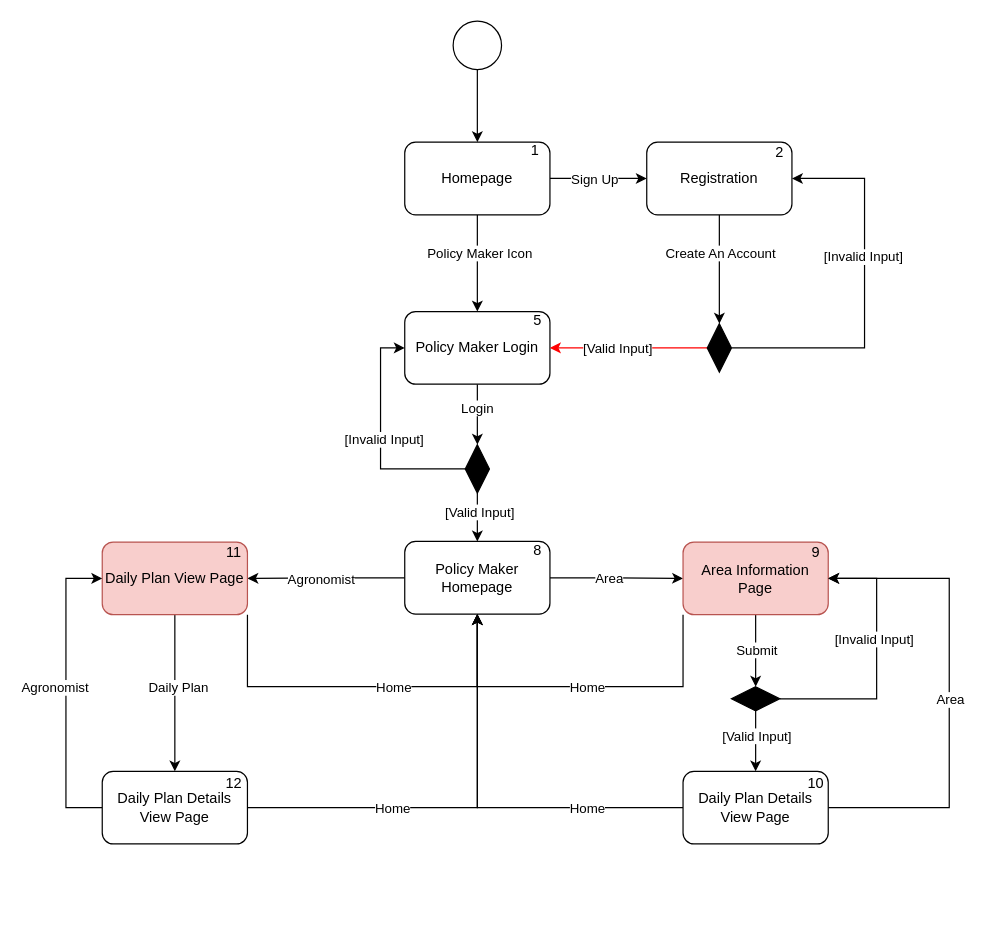
This is page "Policy Maker" (3 of 3) of DD/diagrams/webapp flow diagrams.drawio from ictar/DREAM-SE2-Project-2022, a draw.io file, before an edit. Source tidied: cells renumbered, new cells numbered last; positions are measured from the earlier drawing's top-left corner, leaving out a move shared by most shapes. Both pictures are drawn from the tidied source at 121%, with x=0, y=0 at pixel (53, 21).
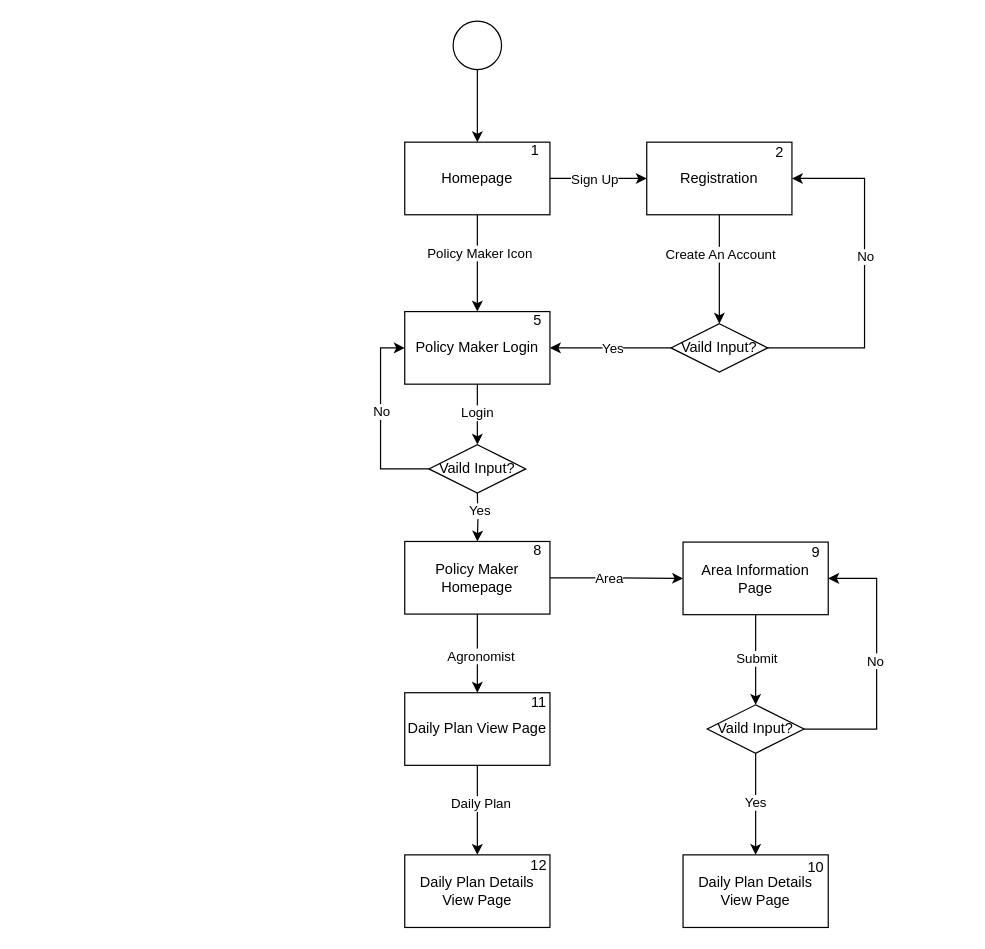
Above is the later version.

Change to the diagram source:
```diff
@@
-    <mxCell id="2" style="edgeStyle=orthogonalEdgeStyle;rounded=0;jettySize=auto;html=1;" parent="1" edge="1" source="4" target="19">
-      <mxGeometry relative="1" as="geometry" />
+    <mxCell id="2" style="edgeStyle=orthogonalEdgeStyle;rounded=0;jettySize=auto;html=1;" parent="1" edge="1" source="4">
+      <mxGeometry relative="1" as="geometry">
+        <mxPoint x="350" y="350" as="targetPoint" />
+      </mxGeometry>
     </mxCell>
     <mxCell id="3" value="Login" style="edgeLabel;html=1;align=center;verticalAlign=middle;" parent="2" vertex="1">
-      <mxGeometry x="-0.24" y="-1" relative="1" as="geometry" />
+      <mxGeometry x="-0.24" y="-1" relative="1" as="geometry">
+        <mxPoint y="4" as="offset" />
+      </mxGeometry>
     </mxCell>
-    <mxCell id="4" value="Policy Maker Login" style="rounded=1;whiteSpace=wrap;html=1;" parent="1" vertex="1">
+    <mxCell id="4" value="Policy Maker Login" style="rounded=0;whiteSpace=wrap;html=1;" parent="1" vertex="1">
       <mxGeometry x="290" y="240" width="120" height="60" as="geometry" />
     </mxCell>
@@
-    <mxCell id="11" value="Homepage" style="rounded=1;whiteSpace=wrap;html=1;" parent="1" vertex="1">
+    <mxCell id="11" value="Homepage" style="rounded=0;whiteSpace=wrap;html=1;" parent="1" vertex="1">
       <mxGeometry x="290" y="100" width="120" height="60" as="geometry" />
     </mxCell>
-    <mxCell id="12" style="edgeStyle=orthogonalEdgeStyle;rounded=0;jettySize=auto;html=1;" parent="1" edge="1" source="14" target="29">
-      <mxGeometry relative="1" as="geometry" />
+    <mxCell id="12" style="edgeStyle=orthogonalEdgeStyle;rounded=0;jettySize=auto;html=1;" parent="1" edge="1" source="14">
+      <mxGeometry relative="1" as="geometry">
+        <mxPoint x="550" y="250" as="targetPoint" />
+      </mxGeometry>
     </mxCell>
@@
-    <mxCell id="14" value="Registration" style="rounded=1;whiteSpace=wrap;html=1;" parent="1" vertex="1">
+    <mxCell id="14" value="Registration" style="rounded=0;whiteSpace=wrap;html=1;" parent="1" vertex="1">
       <mxGeometry x="490" y="100" width="120" height="60" as="geometry" />
     </mxCell>
-    <mxCell id="15" style="edgeStyle=orthogonalEdgeStyle;rounded=0;jettySize=auto;html=1;exitX=0;exitY=0.5;exitDx=0;exitDy=0;entryX=0;entryY=0.5;entryDx=0;entryDy=0;" parent="1" edge="1" source="19" target="4">
-      <mxGeometry relative="1" as="geometry" />
+    <mxCell id="15" style="edgeStyle=orthogonalEdgeStyle;rounded=0;jettySize=auto;html=1;exitX=0;exitY=0.5;exitDx=0;exitDy=0;entryX=0;entryY=0.5;entryDx=0;entryDy=0;" parent="1" edge="1" source="63" target="4">
+      <mxGeometry relative="1" as="geometry">
+        <Array as="points">
+          <mxPoint x="270" y="370" />
+          <mxPoint x="270" y="270" />
+        </Array>
+      </mxGeometry>
     </mxCell>
-    <mxCell id="16" value="[Invalid Input]" style="edgeLabel;html=1;align=center;verticalAlign=middle;" parent="15" vertex="1">
-      <mxGeometry y="-2" relative="1" as="geometry" />
-    </mxCell>
-    <mxCell id="17" style="edgeStyle=orthogonalEdgeStyle;rounded=0;jettySize=auto;html=1;" parent="1" edge="1" source="19" target="24">
-      <mxGeometry relative="1" as="geometry" />
+    <mxCell id="17" style="edgeStyle=orthogonalEdgeStyle;rounded=0;jettySize=auto;html=1;" parent="1" edge="1" target="24">
+      <mxGeometry relative="1" as="geometry">
+        <mxPoint x="350" y="390" as="sourcePoint" />
+      </mxGeometry>
     </mxCell>
-    <mxCell id="18" value="[Valid Input]" style="edgeLabel;html=1;align=center;verticalAlign=middle;" parent="17" vertex="1">
+    <mxCell id="18" value="Yes" style="edgeLabel;html=1;align=center;verticalAlign=middle;" parent="17" vertex="1">
       <mxGeometry x="-0.25" y="1" relative="1" as="geometry" />
     </mxCell>
-    <mxCell id="19" style="rhombus;whiteSpace=wrap;html=1;fillColor=#000000;" parent="1" vertex="1">
-      <mxGeometry x="340" y="350" width="20" height="40" as="geometry" />
-    </mxCell>
@@
-    <mxCell id="24" value="Policy Maker Homepage" style="rounded=1;whiteSpace=wrap;html=1;" parent="1" vertex="1">
+    <mxCell id="24" value="Policy Maker Homepage" style="rounded=0;whiteSpace=wrap;html=1;" parent="1" vertex="1">
       <mxGeometry x="290" y="430" width="120" height="60" as="geometry" />
     </mxCell>
-    <mxCell id="25" style="edgeStyle=orthogonalEdgeStyle;rounded=0;jettySize=auto;html=1;exitX=1;exitY=0.5;exitDx=0;exitDy=0;entryX=1;entryY=0.5;entryDx=0;entryDy=0;" parent="1" edge="1" source="29" target="14">
+    <mxCell id="25" style="edgeStyle=orthogonalEdgeStyle;rounded=0;jettySize=auto;html=1;exitX=1;exitY=0.5;exitDx=0;exitDy=0;entryX=1;entryY=0.5;entryDx=0;entryDy=0;" parent="1" edge="1" source="66" target="14">
       <mxGeometry relative="1" as="geometry">
         <Array as="points">
           <mxPoint x="670" y="270" />
           <mxPoint x="670" y="130" />
         </Array>
       </mxGeometry>
     </mxCell>
-    <mxCell id="26" value="[Invalid Input]" style="edgeLabel;html=1;align=center;verticalAlign=middle;" parent="25" vertex="1">
-      <mxGeometry x="0.2" y="2" relative="1" as="geometry" />
+    <mxCell id="26" value="No" style="edgeLabel;html=1;align=center;verticalAlign=middle;" parent="25" vertex="1">
+      <mxGeometry x="0.2" y="2" relative="1" as="geometry">
+        <mxPoint x="2" y="12" as="offset" />
+      </mxGeometry>
     </mxCell>
-    <mxCell id="27" style="edgeStyle=orthogonalEdgeStyle;rounded=0;jettySize=auto;html=1;exitX=0;exitY=0.5;exitDx=0;exitDy=0;entryX=1;entryY=0.5;entryDx=0;entryDy=0;strokeColor=#FF0000;" parent="1" edge="1" source="29" target="4">
+    <mxCell id="27" style="edgeStyle=orthogonalEdgeStyle;rounded=0;jettySize=auto;html=1;exitX=0;exitY=0.5;exitDx=0;exitDy=0;entryX=1;entryY=0.5;entryDx=0;entryDy=0;strokeColor=#000000;" parent="1" edge="1" source="66" target="4">
       <mxGeometry relative="1" as="geometry" />
     </mxCell>
-    <mxCell id="28" value="[Valid Input]" style="edgeLabel;html=1;align=center;verticalAlign=middle;" parent="27" vertex="1">
-      <mxGeometry x="0.15" relative="1" as="geometry" />
+    <mxCell id="28" value="Yes" style="edgeLabel;html=1;align=center;verticalAlign=middle;" parent="27" vertex="1">
+      <mxGeometry x="0.15" relative="1" as="geometry">
+        <mxPoint x="8" as="offset" />
+      </mxGeometry>
     </mxCell>
-    <mxCell id="29" style="rhombus;whiteSpace=wrap;html=1;fillColor=#000000;" parent="1" vertex="1">
-      <mxGeometry x="540" y="250" width="20" height="40" as="geometry" />
-    </mxCell>
@@
-    <mxCell id="32" style="edgeStyle=orthogonalEdgeStyle;rounded=0;jettySize=auto;html=1;exitX=0;exitY=1;exitDx=0;exitDy=0;entryX=0.5;entryY=1;entryDx=0;entryDy=0;strokeColor=#000000;" parent="1" edge="1" source="33" target="24">
-      <mxGeometry relative="1" as="geometry">
-        <Array as="points">
-          <mxPoint x="520" y="550" />
-          <mxPoint x="350" y="550" />
-        </Array>
-      </mxGeometry>
-    </mxCell>
-    <mxCell id="33" value="Area Information Page" style="rounded=1;whiteSpace=wrap;html=1;fillColor=#f8cecc;strokeColor=#b85450;" parent="1" vertex="1">
+    <mxCell id="33" value="Area Information Page" style="rounded=0;whiteSpace=wrap;html=1;fillColor=#FFFFFF;strokeColor=default;" parent="1" vertex="1">
       <mxGeometry x="520" y="430.5" width="120" height="60" as="geometry" />
     </mxCell>
@@
-    <mxCell id="36" style="edgeStyle=orthogonalEdgeStyle;rounded=0;jettySize=auto;html=1;exitX=1;exitY=1;exitDx=0;exitDy=0;entryX=0.5;entryY=1;entryDx=0;entryDy=0;strokeColor=#000000;" parent="1" edge="1" source="37" target="24">
-      <mxGeometry relative="1" as="geometry">
-        <Array as="points">
-          <mxPoint x="160" y="550" />
-          <mxPoint x="350" y="550" />
-        </Array>
-      </mxGeometry>
-    </mxCell>
-    <mxCell id="37" value="Daily Plan View Page" style="rounded=1;whiteSpace=wrap;html=1;fillColor=#f8cecc;strokeColor=#b85450;" parent="1" vertex="1">
-      <mxGeometry x="40" y="430.5" width="120" height="60" as="geometry" />
+    <mxCell id="37" value="Daily Plan View Page" style="rounded=0;whiteSpace=wrap;html=1;fillColor=#FFFFFF;strokeColor=#000000;" parent="1" vertex="1">
+      <mxGeometry x="290" y="555" width="120" height="60" as="geometry" />
     </mxCell>
-    <mxCell id="38" style="edgeStyle=orthogonalEdgeStyle;rounded=0;jettySize=auto;html=1;strokeColor=#000000;entryX=0.5;entryY=1;entryDx=0;entryDy=0;" parent="1" edge="1" source="41" target="24">
-      <mxGeometry relative="1" as="geometry" />
-    </mxCell>
-    <mxCell id="39" value="Home" style="edgeLabel;html=1;align=center;verticalAlign=middle;" parent="38" vertex="1">
-      <mxGeometry x="-0.32" relative="1" as="geometry" />
-    </mxCell>
-    <mxCell id="40" style="edgeStyle=orthogonalEdgeStyle;rounded=0;jettySize=auto;html=1;entryX=0;entryY=0.5;entryDx=0;entryDy=0;strokeColor=#000000;" parent="1" edge="1" source="41" target="37">
-      <mxGeometry relative="1" as="geometry">
-        <Array as="points">
-          <mxPoint x="10" y="650" />
-          <mxPoint x="10" y="460" />
-        </Array>
-      </mxGeometry>
-    </mxCell>
-    <mxCell id="41" value="Daily Plan Details View Page" style="rounded=1;whiteSpace=wrap;html=1;" parent="1" vertex="1">
-      <mxGeometry x="40" y="620" width="120" height="60" as="geometry" />
+    <mxCell id="41" value="Daily Plan Details View Page" style="rounded=0;whiteSpace=wrap;html=1;" parent="1" vertex="1">
+      <mxGeometry x="290" y="689" width="120" height="60" as="geometry" />
     </mxCell>
     <mxCell id="42" style="edgeStyle=orthogonalEdgeStyle;rounded=0;jettySize=auto;html=1;exitX=1;exitY=0.5;exitDx=0;exitDy=0;entryX=1;entryY=0.5;entryDx=0;entryDy=0;strokeColor=#000000;" parent="1" edge="1" source="44" target="33">
       <mxGeometry relative="1" as="geometry">
         <Array as="points">
-          <mxPoint x="680" y="560" />
+          <mxPoint x="680" y="585" />
           <mxPoint x="680" y="460" />
         </Array>
       </mxGeometry>
     </mxCell>
-    <mxCell id="43" style="edgeStyle=orthogonalEdgeStyle;rounded=0;jettySize=auto;html=1;exitX=0.5;exitY=1;exitDx=0;exitDy=0;entryX=0.5;entryY=0;entryDx=0;entryDy=0;strokeColor=#000000;" parent="1" edge="1" source="44" target="55">
+    <mxCell id="43" style="edgeStyle=orthogonalEdgeStyle;rounded=0;jettySize=auto;html=1;exitX=0.5;exitY=1;exitDx=0;exitDy=0;strokeColor=#000000;" parent="1" edge="1" source="44" target="55">
       <mxGeometry relative="1" as="geometry" />
     </mxCell>
-    <mxCell id="44" style="rhombus;whiteSpace=wrap;html=1;fillColor=#000000;" parent="1" vertex="1">
-      <mxGeometry x="560" y="550" width="40" height="20" as="geometry" />
+    <mxCell id="44" value="Vaild Input?" style="rhombus;whiteSpace=wrap;html=1;fillColor=none;" parent="1" vertex="1">
+      <mxGeometry x="540" y="565" width="80" height="40" as="geometry" />
     </mxCell>
     <mxCell id="45" value="12" style="text;html=1;strokeColor=none;fillColor=none;align=center;verticalAlign=middle;whiteSpace=wrap;rounded=0;" parent="1" vertex="1">
-      <mxGeometry x="119" y="615" width="60" height="30" as="geometry" />
+      <mxGeometry x="371" y="683" width="60" height="30" as="geometry" />
     </mxCell>
@@
     <mxCell id="51" value="11" style="text;html=1;strokeColor=none;fillColor=none;align=center;verticalAlign=middle;whiteSpace=wrap;rounded=0;" parent="1" vertex="1">
-      <mxGeometry x="119" y="424" width="60" height="30" as="geometry" />
+      <mxGeometry x="371" y="548" width="60" height="30" as="geometry" />
     </mxCell>
-    <mxCell id="52" value="[Invalid Input]" style="edgeLabel;html=1;align=center;verticalAlign=middle;" parent="1" vertex="1">
-      <mxGeometry x="677" y="510" as="geometry" />
+    <mxCell id="52" value="No" style="edgeLabel;html=1;align=center;verticalAlign=middle;" parent="1" vertex="1">
+      <mxGeometry x="678" y="528" as="geometry" />
     </mxCell>
-    <mxCell id="53" style="edgeStyle=orthogonalEdgeStyle;rounded=0;jettySize=auto;html=1;entryX=0.5;entryY=1;entryDx=0;entryDy=0;strokeColor=#000000;" parent="1" edge="1" source="55" target="24">
-      <mxGeometry relative="1" as="geometry" />
-    </mxCell>
-    <mxCell id="54" style="edgeStyle=orthogonalEdgeStyle;rounded=0;jettySize=auto;html=1;exitX=1;exitY=0.5;exitDx=0;exitDy=0;entryX=1;entryY=0.5;entryDx=0;entryDy=0;strokeColor=#000000;" parent="1" edge="1" source="55" target="33">
-      <mxGeometry relative="1" as="geometry">
-        <Array as="points">
-          <mxPoint x="740" y="650" />
-          <mxPoint x="740" y="460" />
-        </Array>
-      </mxGeometry>
-    </mxCell>
-    <mxCell id="55" value="Daily Plan Details View Page" style="rounded=1;whiteSpace=wrap;html=1;" parent="1" vertex="1">
-      <mxGeometry x="520" y="620" width="120" height="60" as="geometry" />
+    <mxCell id="55" value="Daily Plan Details View Page" style="rounded=0;whiteSpace=wrap;html=1;" parent="1" vertex="1">
+      <mxGeometry x="520" y="689" width="120" height="60" as="geometry" />
     </mxCell>
-    <mxCell id="56" value="[Valid Input]" style="edgeLabel;html=1;align=center;verticalAlign=middle;" parent="1" vertex="1">
-      <mxGeometry x="580" y="590" as="geometry" />
-    </mxCell>
-    <mxCell id="57" value="Home" style="edgeLabel;html=1;align=center;verticalAlign=middle;" parent="1" vertex="1">
-      <mxGeometry x="440" y="650" as="geometry" />
-    </mxCell>
-    <mxCell id="58" value="Home" style="edgeLabel;html=1;align=center;verticalAlign=middle;" parent="1" vertex="1">
-      <mxGeometry x="440" y="550" as="geometry" />
-    </mxCell>
-    <mxCell id="59" value="Home" style="edgeLabel;html=1;align=center;verticalAlign=middle;" parent="1" vertex="1">
-      <mxGeometry x="280" y="550" as="geometry" />
-    </mxCell>
-    <mxCell id="60" value="Agronomist" style="edgeLabel;html=1;align=center;verticalAlign=middle;" parent="1" vertex="1">
-      <mxGeometry y="550" as="geometry" />
-    </mxCell>
-    <mxCell id="61" value="Area" style="edgeLabel;html=1;align=center;verticalAlign=middle;" parent="1" vertex="1">
-      <mxGeometry x="740" y="560" as="geometry" />
-    </mxCell>
     <mxCell id="62" value="10" style="text;html=1;strokeColor=none;fillColor=none;align=center;verticalAlign=middle;whiteSpace=wrap;rounded=0;" parent="1" vertex="1">
-      <mxGeometry x="600" y="615" width="60" height="30" as="geometry" />
+      <mxGeometry x="600" y="685" width="60" height="30" as="geometry" />
     </mxCell>
+    <mxCell id="63" value="Vaild Input?" style="rhombus;whiteSpace=wrap;html=1;fillColor=none;" parent="1" vertex="1">
+      <mxGeometry x="310" y="350" width="80" height="40" as="geometry" />
+    </mxCell>
+    <mxCell id="64" value="Yes" style="edgeLabel;html=1;align=center;verticalAlign=middle;" parent="1" vertex="1">
+      <mxGeometry x="575" y="645" as="geometry">
+        <mxPoint x="4" as="offset" />
+      </mxGeometry>
+    </mxCell>
+    <mxCell id="65" value="No" style="edgeLabel;html=1;align=center;verticalAlign=middle;" parent="1" vertex="1">
+      <mxGeometry x="270" y="322" as="geometry" />
+    </mxCell>
+    <mxCell id="66" value="Vaild Input?" style="rhombus;whiteSpace=wrap;html=1;fillColor=none;" parent="1" vertex="1">
+      <mxGeometry x="510" y="250" width="80" height="40" as="geometry" />
+    </mxCell>
```
